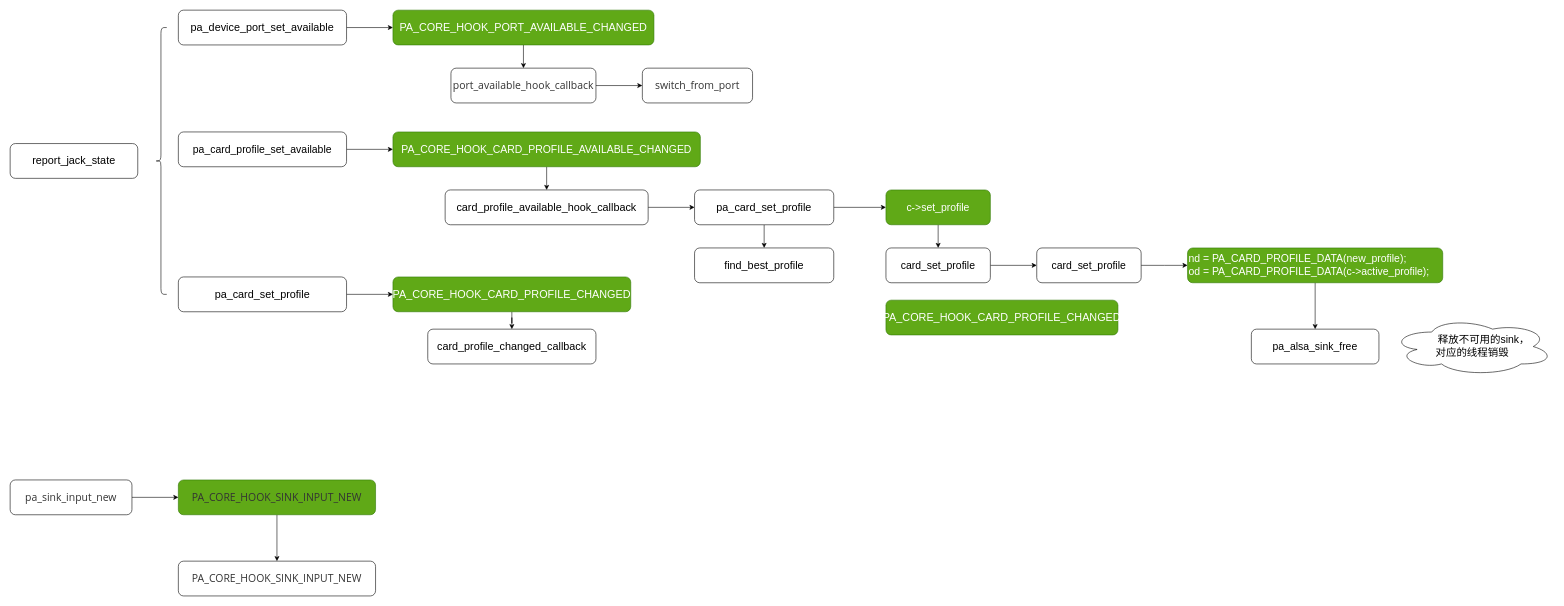
lishengyu/mk keeps this draw.io diagram as pa-switch-sink.drawio. Above is the earlier version. Source tidied: cells renumbered, new cells numbered last; positions are measured from the earlier drawing's top-left corner, leaving out a move shared by most shapes. Both pictures are drawn from the tidied source at 58%, with x=0, y=0 at pixel (10, 10).
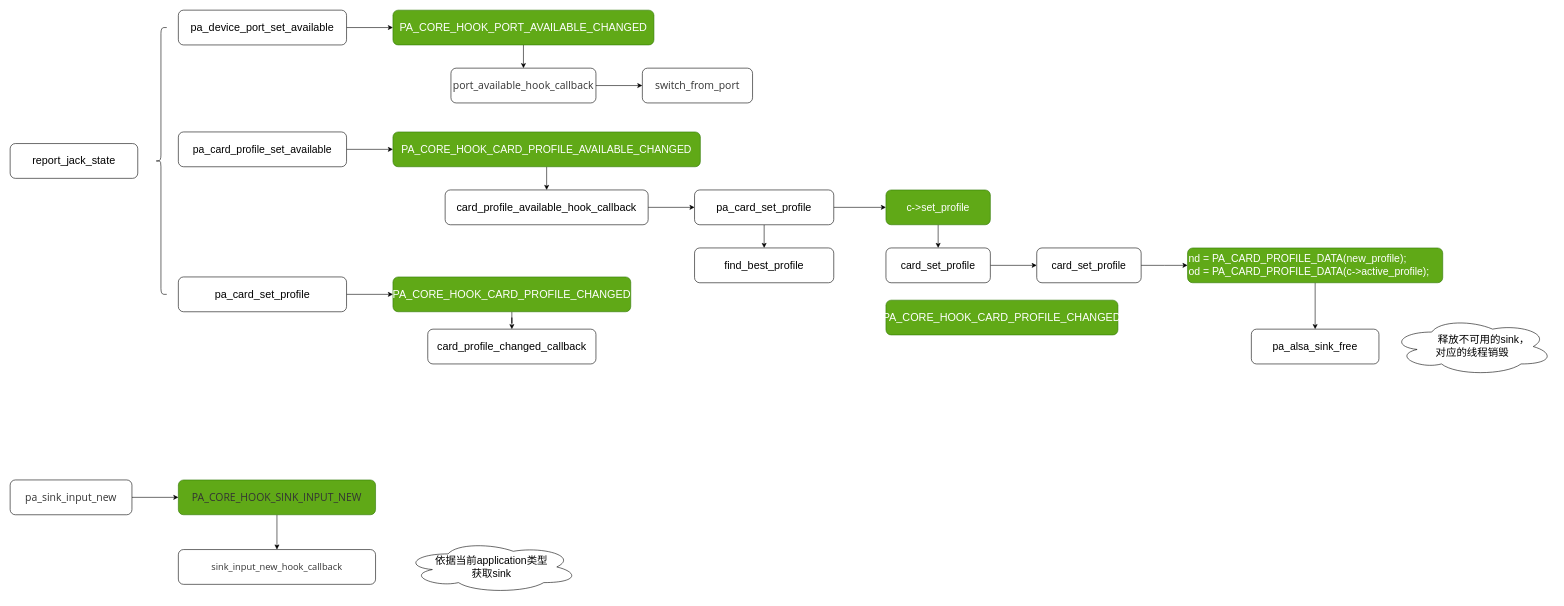
After the change.

The edit, as a diff of the source:
```diff
@@
-    <mxCell id="41" value="&lt;div style=&quot;orphans: 4; text-align: start;&quot;&gt;&lt;span style=&quot;background-color: initial;&quot;&gt;&lt;font face=&quot;Open Sans, Clear Sans, Helvetica Neue, Helvetica, Arial, Segoe UI Emoji, sans-serif&quot; color=&quot;#333333&quot;&gt;PA_CORE_HOOK_SINK_INPUT_NEW&lt;/font&gt;&lt;/span&gt;&lt;/div&gt;" style="rounded=1;whiteSpace=wrap;html=1;fontSize=18;" parent="1" vertex="1">
-      <mxGeometry x="290" y="950" width="340" height="60" as="geometry" />
+    <mxCell id="41" value="&lt;div style=&quot;orphans: 4; text-align: start;&quot;&gt;&lt;span style=&quot;color: rgb(51, 51, 51); font-family: &amp;quot;Open Sans&amp;quot;, &amp;quot;Clear Sans&amp;quot;, &amp;quot;Helvetica Neue&amp;quot;, Helvetica, Arial, &amp;quot;Segoe UI Emoji&amp;quot;, sans-serif; font-size: 16px; background-color: rgb(255, 255, 255);&quot;&gt;sink_input_new_hook_callback&lt;/span&gt;&lt;br&gt;&lt;/div&gt;" style="rounded=1;whiteSpace=wrap;html=1;fontSize=18;" parent="1" vertex="1">
+      <mxGeometry x="290" y="930" width="340" height="60" as="geometry" />
     </mxCell>
+    <mxCell id="42" value="依据当前application类型&lt;br&gt;获取sink" style="ellipse;shape=cloud;whiteSpace=wrap;html=1;fontSize=18;" parent="1" vertex="1">
+      <mxGeometry x="680" y="915" width="300" height="90" as="geometry" />
+    </mxCell>
```
